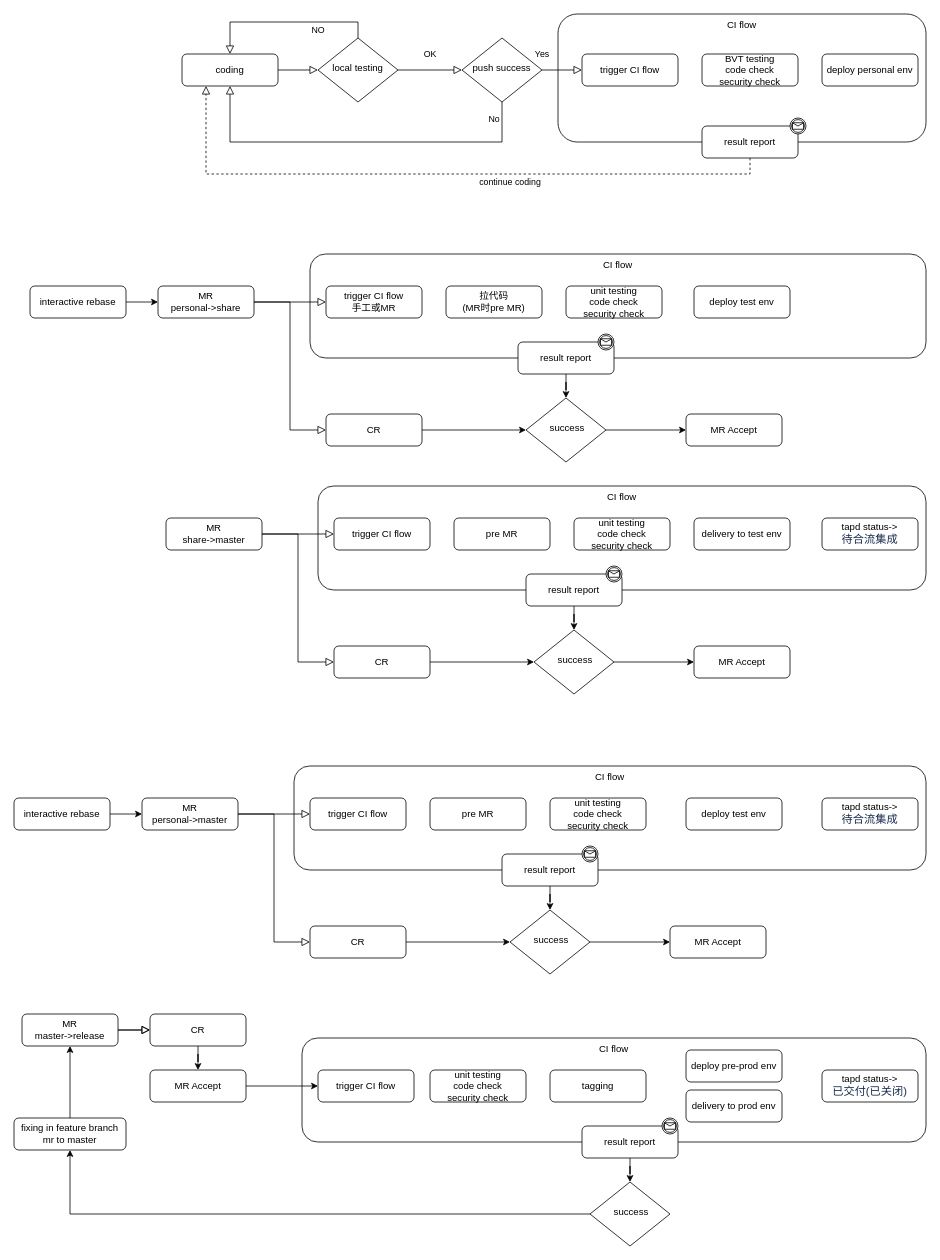
Before: page "Page-1" (1 of 2) of Untitled Diagram.drawio in lufy2010/cicd, a draw.io diagram. Source tidied: cells renumbered, new cells numbered last; positions are measured from the earlier drawing's top-left corner, leaving out a move shared by most shapes. Both pictures are drawn from the tidied source at 80%, with x=0, y=0 at pixel (14, 14).
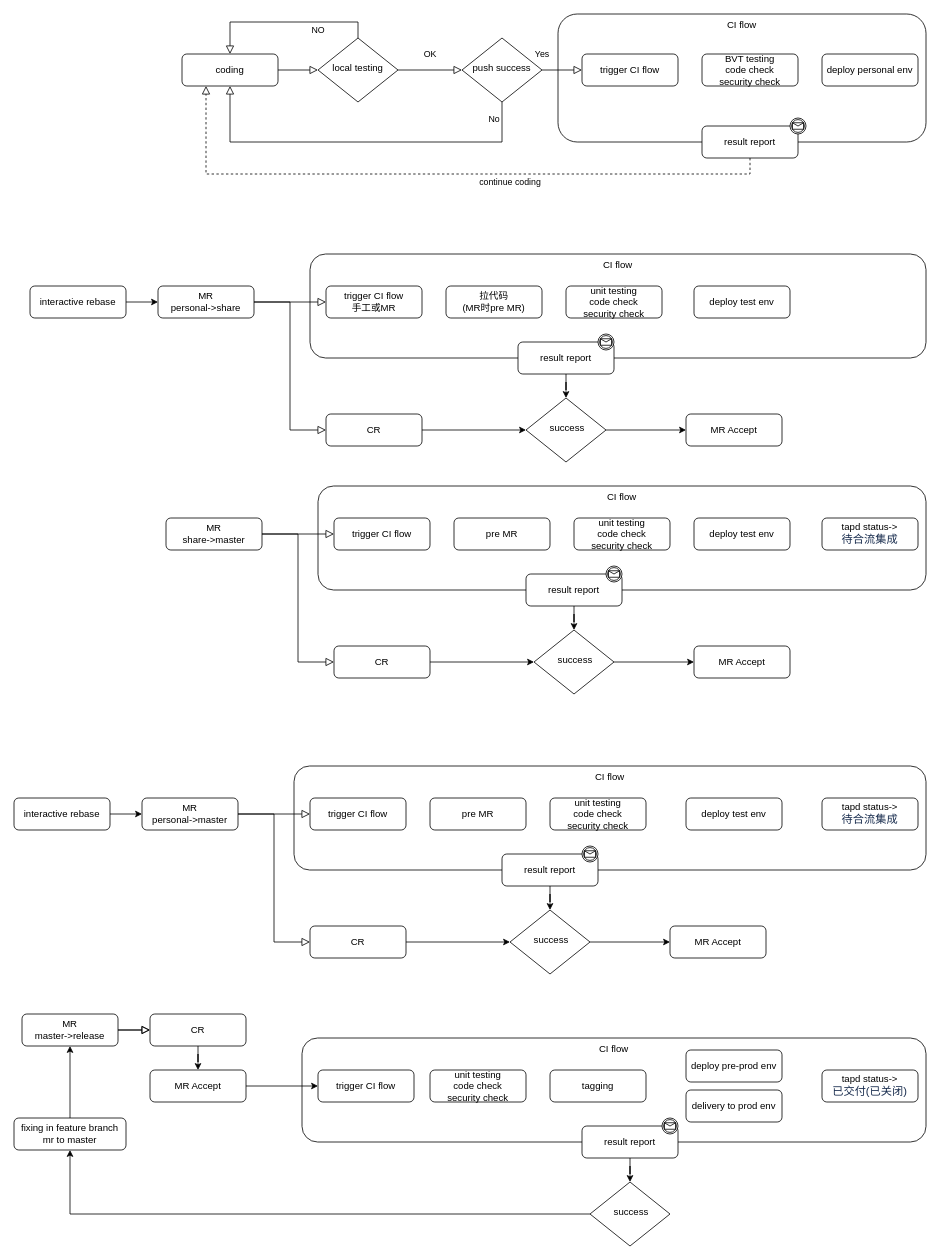
The same diagram, later.

What changed in the source:
```diff
@@
-    <mxCell id="89" value="delivery to test env" style="rounded=1;whiteSpace=wrap;html=1;fontSize=12;glass=0;strokeWidth=1;shadow=0;" parent="1" vertex="1">
+    <mxCell id="89" value="deploy test env" style="rounded=1;whiteSpace=wrap;html=1;fontSize=12;glass=0;strokeWidth=1;shadow=0;" parent="1" vertex="1">
       <mxGeometry x="850" y="630" width="120" height="40" as="geometry" />
     </mxCell>
```
